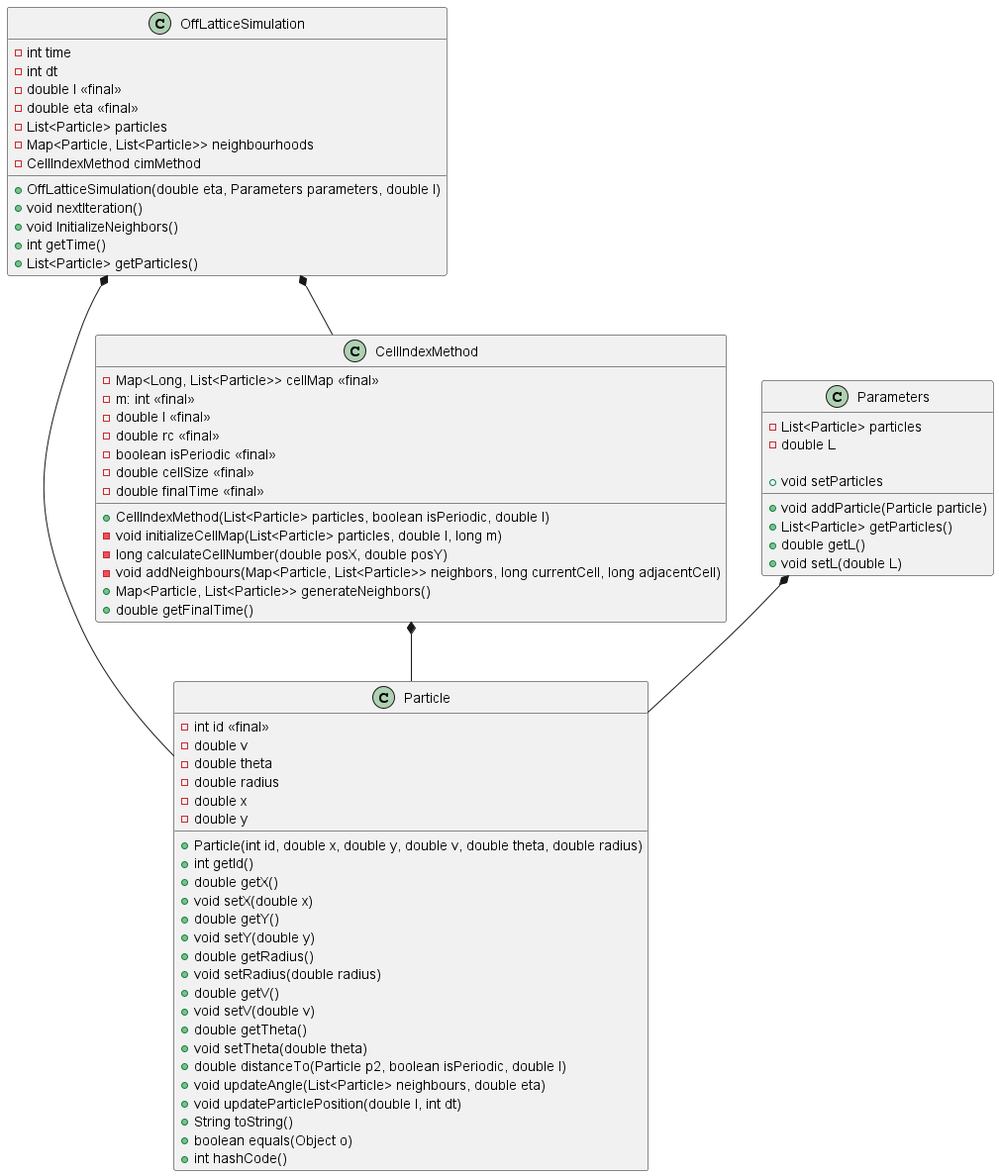
Above: TP2/docs/UML/main.png in lucasfleischer07/TPs-SS (PlantUML), before the change. Its diagram source:
```plantuml
@startuml
!include particle.puml
!include cellIndexMethod.puml
!include parameters.puml
!include offLatticeSimulation.puml

CellIndexMethod *-- Particle
Parameters *--Particle
OffLatticeSimulation *--Particle
OffLatticeSimulation *--CellIndexMethod
@enduml
```
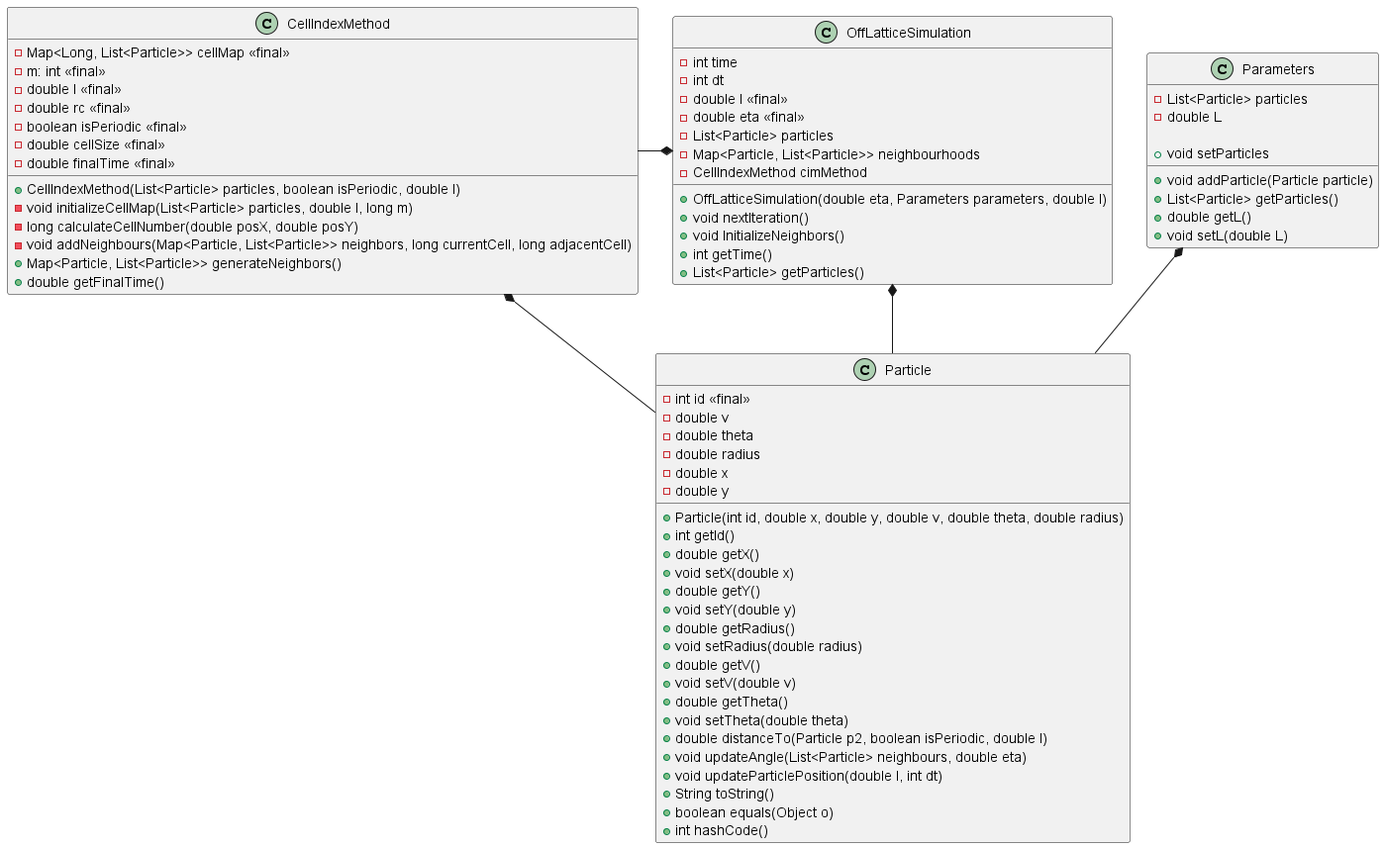
After the change.

The edit, as a diff of the source:
```diff
@@ -7,5 +7,5 @@
 CellIndexMethod *-- Particle
 Parameters *--Particle
 OffLatticeSimulation *--Particle
-OffLatticeSimulation *--CellIndexMethod
+OffLatticeSimulation *-left CellIndexMethod
 @enduml
```
